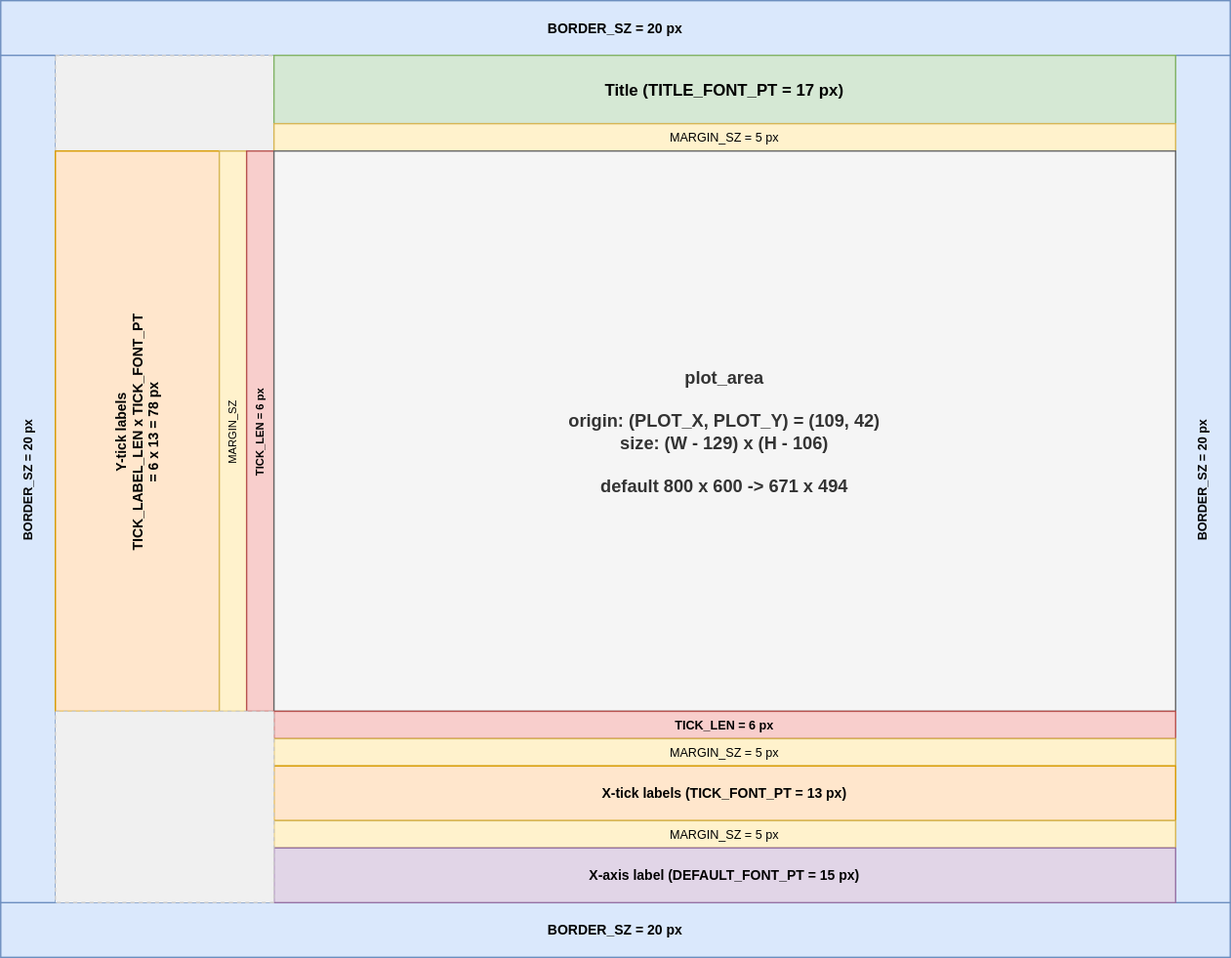
Above: modules/common/plot/docs/window_layout.drawio.svg in cvilas/grape (draw.io), before the change. Source tidied: cells renumbered, new cells last; positions are measured from the earlier drawing's top-left corner, leaving out a move shared by most shapes.
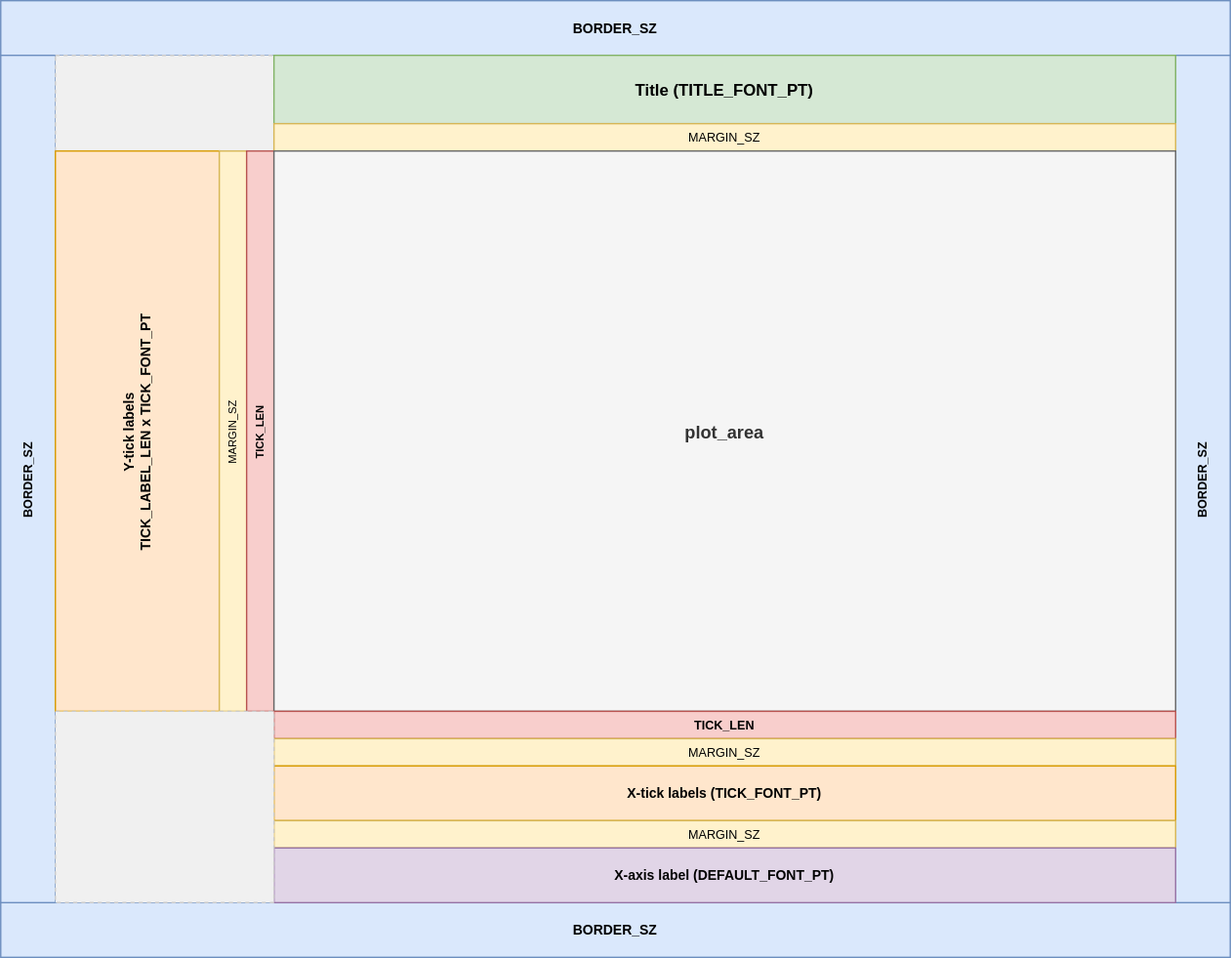
The same file after the commit.

Commit message:
refactor(plot): Reanmes to align with style guide

What changed in the source:
```diff
@@ -2,52 +2,52 @@
   <root>
     <mxCell id="0" />
     <mxCell id="1" parent="0" />
-    <mxCell id="2" value="BORDER_SZ = 20 px" style="fillColor=#dae8fc;strokeColor=#6c8ebf;fontStyle=1;fontSize=10;" parent="1" vertex="1">
+    <mxCell id="2" value="BORDER_SZ" style="fillColor=#dae8fc;strokeColor=#6c8ebf;fontStyle=1;fontSize=10;" parent="1" vertex="1">
       <mxGeometry width="900" height="40" as="geometry" />
     </mxCell>
-    <mxCell id="3" value="BORDER_SZ = 20 px" style="fillColor=#dae8fc;strokeColor=#6c8ebf;fontStyle=1;fontSize=10;" parent="1" vertex="1">
+    <mxCell id="3" value="BORDER_SZ" style="fillColor=#dae8fc;strokeColor=#6c8ebf;fontStyle=1;fontSize=10;" parent="1" vertex="1">
       <mxGeometry y="660" width="900" height="40" as="geometry" />
     </mxCell>
-    <mxCell id="4" value="BORDER_SZ = 20 px" style="fillColor=#dae8fc;strokeColor=#6c8ebf;fontStyle=1;fontSize=9;horizontal=0;" parent="1" vertex="1">
+    <mxCell id="4" value="BORDER_SZ" style="fillColor=#dae8fc;strokeColor=#6c8ebf;fontStyle=1;fontSize=9;horizontal=0;" parent="1" vertex="1">
       <mxGeometry y="40" width="40" height="620" as="geometry" />
     </mxCell>
-    <mxCell id="5" value="BORDER_SZ = 20 px" style="fillColor=#dae8fc;strokeColor=#6c8ebf;fontStyle=1;fontSize=9;horizontal=0;" parent="1" vertex="1">
+    <mxCell id="5" value="BORDER_SZ" style="fillColor=#dae8fc;strokeColor=#6c8ebf;fontStyle=1;fontSize=9;horizontal=0;" parent="1" vertex="1">
       <mxGeometry x="860" y="40" width="40" height="620" as="geometry" />
     </mxCell>
     <mxCell id="6" style="fillColor=#f0f0f0;strokeColor=#cccccc;dashed=1;" parent="1" vertex="1">
       <mxGeometry x="40" y="40" width="160" height="70" as="geometry" />
     </mxCell>
-    <mxCell id="7" value="Title  (TITLE_FONT_PT = 17 px)" style="fillColor=#d5e8d4;strokeColor=#82b366;fontStyle=1;fontSize=12;" parent="1" vertex="1">
+    <mxCell id="7" value="Title  (TITLE_FONT_PT)" style="fillColor=#d5e8d4;strokeColor=#82b366;fontStyle=1;fontSize=12;" parent="1" vertex="1">
       <mxGeometry x="200" y="40" width="660" height="50" as="geometry" />
     </mxCell>
-    <mxCell id="8" value="MARGIN_SZ = 5 px" style="fillColor=#fff2cc;strokeColor=#d6b656;fontSize=9;" parent="1" vertex="1">
+    <mxCell id="8" value="MARGIN_SZ" style="fillColor=#fff2cc;strokeColor=#d6b656;fontSize=9;" parent="1" vertex="1">
       <mxGeometry x="200" y="90" width="660" height="20" as="geometry" />
     </mxCell>
-    <mxCell id="9" value="Y-tick labels&#10;TICK_LABEL_LEN x TICK_FONT_PT&#10;= 6 x 13 = 78 px" style="fillColor=#ffe6cc;strokeColor=#d79b00;fontStyle=1;fontSize=10;horizontal=0;" parent="1" vertex="1">
+    <mxCell id="9" value="Y-tick labels&#10;TICK_LABEL_LEN x TICK_FONT_PT" style="fillColor=#ffe6cc;strokeColor=#d79b00;fontStyle=1;fontSize=10;horizontal=0;" parent="1" vertex="1">
       <mxGeometry x="40" y="110" width="120" height="410" as="geometry" />
     </mxCell>
     <mxCell id="10" value="MARGIN_SZ" style="fillColor=#fff2cc;strokeColor=#d6b656;fontSize=8;horizontal=0;" parent="1" vertex="1">
       <mxGeometry x="160" y="110" width="20" height="410" as="geometry" />
     </mxCell>
-    <mxCell id="11" value="TICK_LEN = 6 px" style="fillColor=#f8cecc;strokeColor=#b85450;fontStyle=1;fontSize=8;horizontal=0;" parent="1" vertex="1">
+    <mxCell id="11" value="TICK_LEN" style="fillColor=#f8cecc;strokeColor=#b85450;fontStyle=1;fontSize=8;horizontal=0;" parent="1" vertex="1">
       <mxGeometry x="180" y="110" width="20" height="410" as="geometry" />
     </mxCell>
-    <mxCell id="12" value="plot_area&#10;&#10;origin: (PLOT_X, PLOT_Y) = (109, 42)&#10;size:   (W - 129) x (H - 106)&#10;&#10;default 800 x 600  -&gt;  671 x 494" style="fillColor=#f5f5f5;strokeColor=#666666;fontColor=#333333;fontStyle=1;fontSize=13;" parent="1" vertex="1">
+    <mxCell id="12" value="plot_area" style="fillColor=#f5f5f5;strokeColor=#666666;fontColor=#333333;fontStyle=1;fontSize=13;" parent="1" vertex="1">
       <mxGeometry x="200" y="110" width="660" height="410" as="geometry" />
     </mxCell>
-    <mxCell id="13" value="TICK_LEN = 6 px" style="fillColor=#f8cecc;strokeColor=#b85450;fontStyle=1;fontSize=9;" parent="1" vertex="1">
+    <mxCell id="13" value="TICK_LEN" style="fillColor=#f8cecc;strokeColor=#b85450;fontStyle=1;fontSize=9;" parent="1" vertex="1">
       <mxGeometry x="200" y="520" width="660" height="20" as="geometry" />
     </mxCell>
-    <mxCell id="14" value="MARGIN_SZ = 5 px" style="fillColor=#fff2cc;strokeColor=#d6b656;fontSize=9;" parent="1" vertex="1">
+    <mxCell id="14" value="MARGIN_SZ" style="fillColor=#fff2cc;strokeColor=#d6b656;fontSize=9;" parent="1" vertex="1">
       <mxGeometry x="200" y="540" width="660" height="20" as="geometry" />
     </mxCell>
-    <mxCell id="15" value="X-tick labels  (TICK_FONT_PT = 13 px)" style="fillColor=#ffe6cc;strokeColor=#d79b00;fontStyle=1;fontSize=10;" parent="1" vertex="1">
+    <mxCell id="15" value="X-tick labels  (TICK_FONT_PT)" style="fillColor=#ffe6cc;strokeColor=#d79b00;fontStyle=1;fontSize=10;" parent="1" vertex="1">
       <mxGeometry x="200" y="560" width="660" height="40" as="geometry" />
     </mxCell>
-    <mxCell id="16" value="MARGIN_SZ = 5 px" style="fillColor=#fff2cc;strokeColor=#d6b656;fontSize=9;" parent="1" vertex="1">
+    <mxCell id="16" value="MARGIN_SZ" style="fillColor=#fff2cc;strokeColor=#d6b656;fontSize=9;" parent="1" vertex="1">
       <mxGeometry x="200" y="600" width="660" height="20" as="geometry" />
     </mxCell>
-    <mxCell id="17" value="X-axis label  (DEFAULT_FONT_PT = 15 px)" style="fillColor=#e1d5e7;strokeColor=#9673a6;fontStyle=1;fontSize=10;" parent="1" vertex="1">
+    <mxCell id="17" value="X-axis label  (DEFAULT_FONT_PT)" style="fillColor=#e1d5e7;strokeColor=#9673a6;fontStyle=1;fontSize=10;" parent="1" vertex="1">
       <mxGeometry x="200" y="620" width="660" height="40" as="geometry" />
     </mxCell>
     <mxCell id="18" style="fillColor=#f0f0f0;strokeColor=#cccccc;dashed=1;" parent="1" vertex="1">
```
